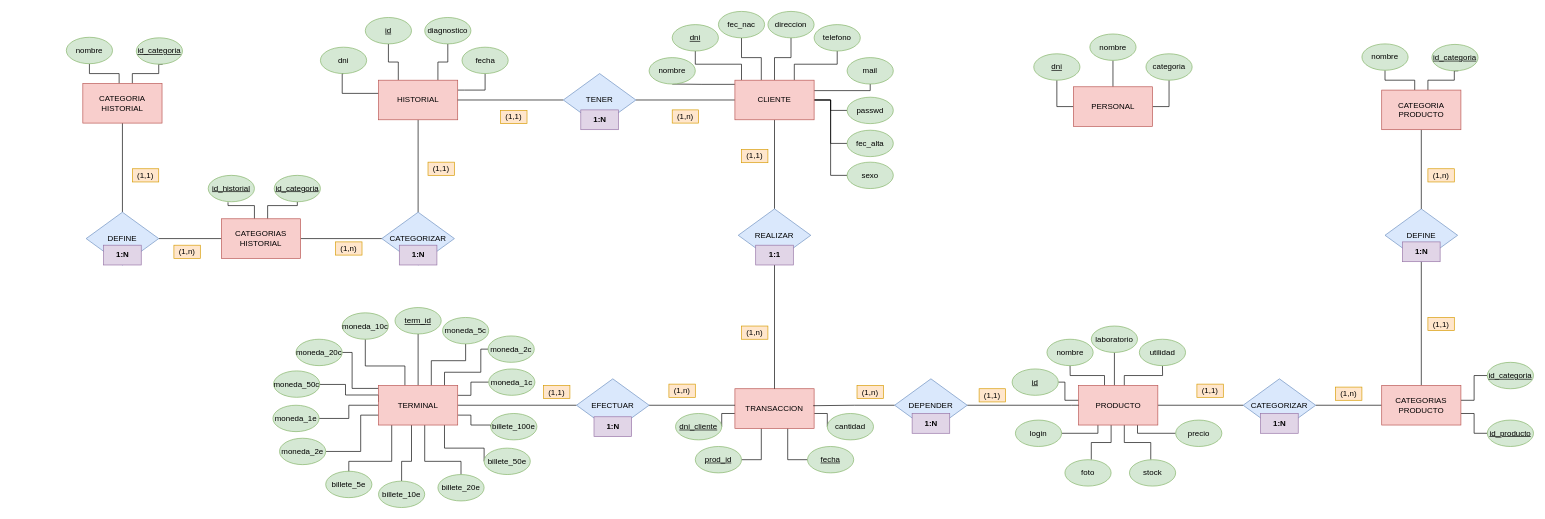
The draw.io diagram docs/mer.drawio in Universidad-Europea/PharmSquare, before the edit. Source tidied: cells renumbered, new cells numbered last; positions are measured from the earlier drawing's top-left corner, leaving out a move shared by most shapes. Both pictures are drawn from the tidied source at 66%, with x=0, y=0 at pixel (66, 11).
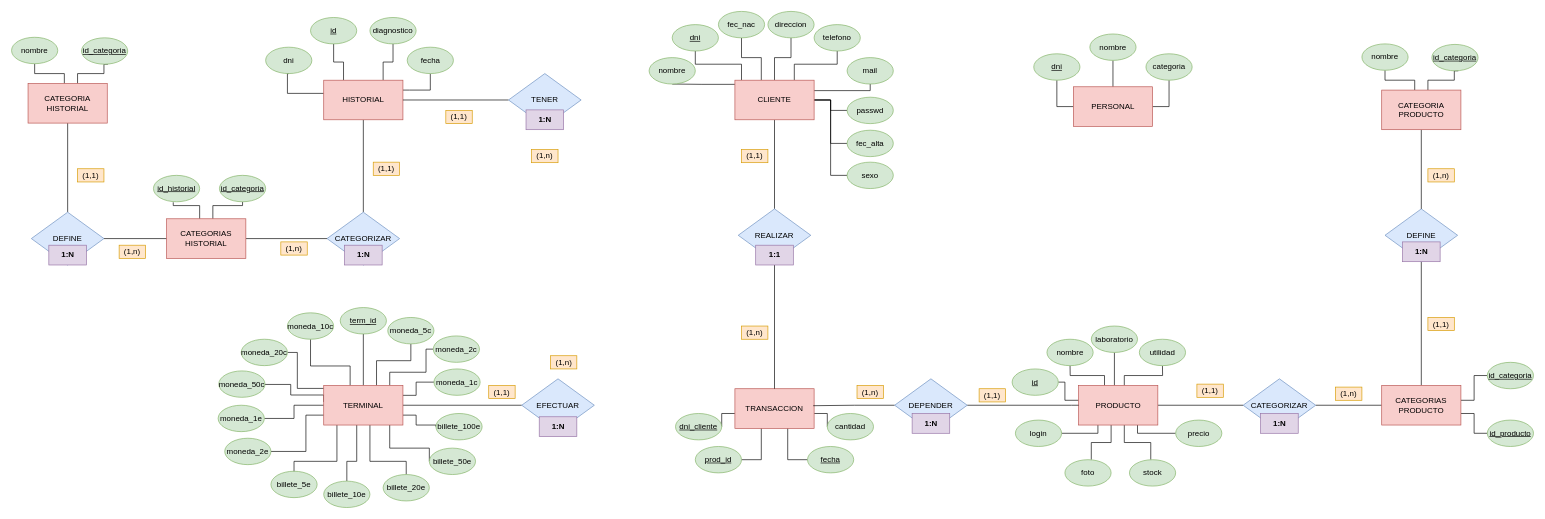
The same page after the edit.

Unchanged cells that the change refers to:
```xml
<mxCell id="14" value="CLIENTE" style="rounded=0;whiteSpace=wrap;html=1;strokeColor=#b85450;fillColor=#f8cecc;" parent="1" vertex="1">
  <mxGeometry x="1013" y="104" width="120" height="60" as="geometry" />
</mxCell>
<mxCell id="51" value="TRANSACCION" style="rounded=0;whiteSpace=wrap;html=1;strokeColor=#b85450;fillColor=#f8cecc;" parent="1" vertex="1">
  <mxGeometry x="1013" y="571.5" width="120" height="60" as="geometry" />
</mxCell>
```

Diff of the diagram source:
```diff
@@
     <mxCell id="2" value="(1,1)" style="text;html=1;strokeColor=#d79b00;fillColor=#ffe6cc;align=center;verticalAlign=middle;whiteSpace=wrap;rounded=0;" parent="1" vertex="1">
-      <mxGeometry x="658" y="149.8" width="40" height="20" as="geometry" />
+      <mxGeometry x="575" y="149.8" width="40" height="20" as="geometry" />
     </mxCell>
@@
-    <mxCell id="12" style="edgeStyle=orthogonalEdgeStyle;rounded=0;jettySize=auto;html=1;entryX=1;entryY=0.5;entryDx=0;entryDy=0;endArrow=none;endFill=0;" parent="1" edge="1" source="14" target="57">
-      <mxGeometry relative="1" as="geometry" />
-    </mxCell>
@@
     <mxCell id="26" style="edgeStyle=orthogonalEdgeStyle;rounded=0;jettySize=auto;html=1;entryX=0;entryY=0.5;entryDx=0;entryDy=0;endArrow=none;endFill=0;" parent="1" edge="1" source="40" target="91">
       <mxGeometry relative="1" as="geometry">
         <Array as="points">
-          <mxPoint x="613" y="581.5" />
-          <mxPoint x="613" y="561.5" />
+          <mxPoint x="530" y="581.5" />
+          <mxPoint x="530" y="561.5" />
         </Array>
       </mxGeometry>
     </mxCell>
     <mxCell id="27" style="edgeStyle=orthogonalEdgeStyle;rounded=0;jettySize=auto;html=1;endArrow=none;endFill=0;" parent="1" edge="1" source="40" target="93">
       <mxGeometry relative="1" as="geometry">
         <Array as="points">
-          <mxPoint x="573" y="546.5" />
-          <mxPoint x="628" y="546.5" />
+          <mxPoint x="490" y="546.5" />
+          <mxPoint x="545" y="546.5" />
         </Array>
       </mxGeometry>
     </mxCell>
     <mxCell id="28" style="edgeStyle=orthogonalEdgeStyle;rounded=0;jettySize=auto;html=1;endArrow=none;endFill=0;" parent="1" edge="1" source="40" target="94">
       <mxGeometry relative="1" as="geometry">
         <Array as="points">
-          <mxPoint x="553" y="529" />
-          <mxPoint x="605" y="529" />
+          <mxPoint x="470" y="529" />
+          <mxPoint x="522" y="529" />
         </Array>
       </mxGeometry>
     </mxCell>
     <mxCell id="29" style="edgeStyle=orthogonalEdgeStyle;rounded=0;jettySize=auto;html=1;entryX=1;entryY=0.5;entryDx=0;entryDy=0;endArrow=none;endFill=0;" parent="1" edge="1" source="40" target="96">
       <mxGeometry relative="1" as="geometry">
         <Array as="points">
-          <mxPoint x="433" y="571" />
-          <mxPoint x="433" y="517" />
-          <mxPoint x="418" y="517" />
+          <mxPoint x="350" y="571" />
+          <mxPoint x="350" y="517" />
+          <mxPoint x="335" y="517" />
         </Array>
       </mxGeometry>
     </mxCell>
     <mxCell id="30" style="edgeStyle=orthogonalEdgeStyle;rounded=0;jettySize=auto;html=1;endArrow=none;endFill=0;entryX=1;entryY=0.5;entryDx=0;entryDy=0;" parent="1" edge="1" target="97">
       <mxGeometry relative="1" as="geometry">
-        <mxPoint x="473" y="591.5" as="sourcePoint" />
+        <mxPoint x="390" y="591.5" as="sourcePoint" />
         <Array as="points">
-          <mxPoint x="473" y="581" />
-          <mxPoint x="423" y="581" />
-          <mxPoint x="423" y="565" />
-          <mxPoint x="364" y="565" />
+          <mxPoint x="390" y="581" />
+          <mxPoint x="340" y="581" />
+          <mxPoint x="340" y="565" />
+          <mxPoint x="281" y="565" />
         </Array>
       </mxGeometry>
     </mxCell>
@@
     <mxCell id="32" style="edgeStyle=orthogonalEdgeStyle;rounded=0;jettySize=auto;html=1;entryX=1;entryY=0.5;entryDx=0;entryDy=0;endArrow=none;endFill=0;" parent="1" edge="1" source="40" target="99">
       <mxGeometry relative="1" as="geometry">
         <Array as="points">
-          <mxPoint x="446" y="611.5" />
-          <mxPoint x="446" y="666.5" />
+          <mxPoint x="363" y="611.5" />
+          <mxPoint x="363" y="666.5" />
         </Array>
       </mxGeometry>
     </mxCell>
     <mxCell id="33" style="edgeStyle=orthogonalEdgeStyle;rounded=0;jettySize=auto;html=1;entryX=0.5;entryY=1;entryDx=0;entryDy=0;endArrow=none;endFill=0;" parent="1" edge="1" source="40" target="95">
       <mxGeometry relative="1" as="geometry">
         <Array as="points">
-          <mxPoint x="513" y="537" />
-          <mxPoint x="453" y="537" />
+          <mxPoint x="430" y="537" />
+          <mxPoint x="370" y="537" />
         </Array>
       </mxGeometry>
     </mxCell>
     <mxCell id="34" style="edgeStyle=orthogonalEdgeStyle;rounded=0;jettySize=auto;html=1;endArrow=none;endFill=0;entryX=0.5;entryY=0.125;entryDx=0;entryDy=0;entryPerimeter=0;" parent="1" edge="1" source="40" target="92">
       <mxGeometry relative="1" as="geometry">
         <Array as="points">
-          <mxPoint x="493" y="681.5" />
-          <mxPoint x="428" y="681.5" />
+          <mxPoint x="410" y="681.5" />
+          <mxPoint x="345" y="681.5" />
         </Array>
       </mxGeometry>
     </mxCell>
     <mxCell id="35" style="edgeStyle=orthogonalEdgeStyle;rounded=0;jettySize=auto;html=1;entryX=0.5;entryY=0;entryDx=0;entryDy=0;endArrow=none;endFill=0;" parent="1" edge="1" source="40" target="100">
       <mxGeometry relative="1" as="geometry">
         <Array as="points">
-          <mxPoint x="523" y="681.5" />
-          <mxPoint x="508" y="681.5" />
+          <mxPoint x="440" y="681.5" />
+          <mxPoint x="425" y="681.5" />
         </Array>
       </mxGeometry>
     </mxCell>
     <mxCell id="36" style="edgeStyle=orthogonalEdgeStyle;rounded=0;jettySize=auto;html=1;entryX=0;entryY=0.5;entryDx=0;entryDy=0;endArrow=none;endFill=0;" parent="1" edge="1" source="40" target="103">
       <mxGeometry relative="1" as="geometry">
         <Array as="points">
-          <mxPoint x="613" y="611.5" />
-          <mxPoint x="613" y="626.5" />
+          <mxPoint x="530" y="611.5" />
+          <mxPoint x="530" y="626.5" />
         </Array>
       </mxGeometry>
     </mxCell>
     <mxCell id="37" style="edgeStyle=orthogonalEdgeStyle;rounded=0;jettySize=auto;html=1;entryX=0;entryY=0.5;entryDx=0;entryDy=0;endArrow=none;endFill=0;exitX=0.833;exitY=0.917;exitDx=0;exitDy=0;exitPerimeter=0;" parent="1" edge="1" source="40" target="102">
       <mxGeometry relative="1" as="geometry">
         <Array as="points">
-          <mxPoint x="573" y="661.5" />
-          <mxPoint x="633" y="661.5" />
+          <mxPoint x="490" y="661.5" />
+          <mxPoint x="550" y="661.5" />
         </Array>
       </mxGeometry>
     </mxCell>
     <mxCell id="38" style="edgeStyle=orthogonalEdgeStyle;rounded=0;jettySize=auto;html=1;endArrow=none;endFill=0;" parent="1" edge="1" source="40" target="101">
       <mxGeometry relative="1" as="geometry">
         <Array as="points">
-          <mxPoint x="543" y="681.5" />
-          <mxPoint x="598" y="681.5" />
+          <mxPoint x="460" y="681.5" />
+          <mxPoint x="515" y="681.5" />
         </Array>
       </mxGeometry>
     </mxCell>
@@
     <mxCell id="40" value="TERMINAL" style="rounded=0;whiteSpace=wrap;html=1;strokeColor=#b85450;fillColor=#f8cecc;" parent="1" vertex="1">
-      <mxGeometry x="473" y="566.5" width="120" height="60" as="geometry" />
+      <mxGeometry x="390" y="566.5" width="120" height="60" as="geometry" />
     </mxCell>
     <mxCell id="41" style="edgeStyle=orthogonalEdgeStyle;rounded=0;jettySize=auto;html=1;endArrow=none;endFill=0;" parent="1" edge="1" source="46" target="76">
       <mxGeometry relative="1" as="geometry">
         <Array as="points">
-          <mxPoint x="603" y="119" />
-          <mxPoint x="603" y="119" />
+          <mxPoint x="520" y="119" />
+          <mxPoint x="520" y="119" />
         </Array>
       </mxGeometry>
     </mxCell>
     <mxCell id="42" style="edgeStyle=orthogonalEdgeStyle;rounded=0;jettySize=auto;html=1;entryX=0.5;entryY=1;entryDx=0;entryDy=0;endArrow=none;endFill=0;" parent="1" edge="1" source="46" target="77">
       <mxGeometry relative="1" as="geometry">
         <Array as="points">
-          <mxPoint x="418" y="124" />
+          <mxPoint x="335" y="124" />
         </Array>
       </mxGeometry>
     </mxCell>
@@
     <mxCell id="46" value="HISTORIAL" style="rounded=0;whiteSpace=wrap;html=1;strokeColor=#b85450;fillColor=#f8cecc;" parent="1" vertex="1">
-      <mxGeometry x="473" y="104" width="120" height="60" as="geometry" />
+      <mxGeometry x="390" y="104" width="120" height="60" as="geometry" />
     </mxCell>
@@
     <mxCell id="57" value="TENER" style="rhombus;whiteSpace=wrap;html=1;align=center;fillColor=#dae8fc;strokeColor=#6c8ebf;" parent="1" vertex="1">
-      <mxGeometry x="753" y="94" width="110" height="80" as="geometry" />
+      <mxGeometry x="670" y="94" width="110" height="80" as="geometry" />
     </mxCell>
@@
-    <mxCell id="60" style="edgeStyle=orthogonalEdgeStyle;rounded=0;jettySize=auto;html=1;entryX=0;entryY=0.417;entryDx=0;entryDy=0;entryPerimeter=0;endArrow=none;endFill=0;" parent="1" edge="1" source="61" target="51">
-      <mxGeometry relative="1" as="geometry" />
-    </mxCell>
     <mxCell id="61" value="EFECTUAR" style="rhombus;whiteSpace=wrap;html=1;align=center;fillColor=#dae8fc;strokeColor=#6c8ebf;" parent="1" vertex="1">
-      <mxGeometry x="773" y="556.5" width="110" height="80" as="geometry" />
+      <mxGeometry x="690" y="556.5" width="110" height="80" as="geometry" />
     </mxCell>
@@
     <mxCell id="75" value="&lt;u&gt;id&lt;/u&gt;" style="ellipse;whiteSpace=wrap;html=1;strokeColor=#82b366;fillColor=#d5e8d4;strokeWidth=1;" parent="1" vertex="1">
-      <mxGeometry x="453" y="9" width="70" height="40" as="geometry" />
+      <mxGeometry x="370" y="9" width="70" height="40" as="geometry" />
     </mxCell>
     <mxCell id="76" value="fecha" style="ellipse;whiteSpace=wrap;html=1;strokeColor=#82b366;fillColor=#d5e8d4;strokeWidth=1;" parent="1" vertex="1">
-      <mxGeometry x="599.5" y="54" width="70" height="40" as="geometry" />
+      <mxGeometry x="516.5" y="54" width="70" height="40" as="geometry" />
     </mxCell>
     <mxCell id="77" value="dni" style="ellipse;whiteSpace=wrap;html=1;strokeColor=#82b366;fillColor=#d5e8d4;strokeWidth=1;" parent="1" vertex="1">
-      <mxGeometry x="385" y="54" width="70" height="40" as="geometry" />
+      <mxGeometry x="302" y="54" width="70" height="40" as="geometry" />
     </mxCell>
     <mxCell id="78" value="diagnostico" style="ellipse;whiteSpace=wrap;html=1;strokeColor=#82b366;fillColor=#d5e8d4;strokeWidth=1;" parent="1" vertex="1">
-      <mxGeometry x="543" y="9" width="70" height="40" as="geometry" />
+      <mxGeometry x="460" y="9" width="70" height="40" as="geometry" />
     </mxCell>
@@
     <mxCell id="91" value="moneda_1c" style="ellipse;whiteSpace=wrap;html=1;strokeColor=#82b366;fillColor=#d5e8d4;strokeWidth=1;" parent="1" vertex="1">
-      <mxGeometry x="640" y="541.5" width="70" height="40" as="geometry" />
+      <mxGeometry x="557" y="541.5" width="70" height="40" as="geometry" />
     </mxCell>
     <mxCell id="92" value="billete_5e" style="ellipse;whiteSpace=wrap;html=1;strokeColor=#82b366;fillColor=#d5e8d4;strokeWidth=1;" parent="1" vertex="1">
-      <mxGeometry x="393" y="696.5" width="70" height="40" as="geometry" />
+      <mxGeometry x="310" y="696.5" width="70" height="40" as="geometry" />
     </mxCell>
     <mxCell id="93" value="moneda_2c" style="ellipse;whiteSpace=wrap;html=1;strokeColor=#82b366;fillColor=#d5e8d4;strokeWidth=1;" parent="1" vertex="1">
-      <mxGeometry x="639" y="491.5" width="70" height="40" as="geometry" />
+      <mxGeometry x="556" y="491.5" width="70" height="40" as="geometry" />
     </mxCell>
     <mxCell id="94" value="moneda_5c" style="ellipse;whiteSpace=wrap;html=1;strokeColor=#82b366;fillColor=#d5e8d4;strokeWidth=1;" parent="1" vertex="1">
-      <mxGeometry x="570" y="463.5" width="70" height="40" as="geometry" />
+      <mxGeometry x="487" y="463.5" width="70" height="40" as="geometry" />
     </mxCell>
     <mxCell id="95" value="moneda_10c" style="ellipse;whiteSpace=wrap;html=1;strokeColor=#82b366;fillColor=#d5e8d4;strokeWidth=1;" parent="1" vertex="1">
-      <mxGeometry x="418" y="456.5" width="70" height="40" as="geometry" />
+      <mxGeometry x="335" y="456.5" width="70" height="40" as="geometry" />
     </mxCell>
     <mxCell id="96" value="moneda_20c" style="ellipse;whiteSpace=wrap;html=1;strokeColor=#82b366;fillColor=#d5e8d4;strokeWidth=1;" parent="1" vertex="1">
-      <mxGeometry x="348" y="496.5" width="70" height="40" as="geometry" />
+      <mxGeometry x="265" y="496.5" width="70" height="40" as="geometry" />
     </mxCell>
     <mxCell id="97" value="moneda_50c" style="ellipse;whiteSpace=wrap;html=1;strokeColor=#82b366;fillColor=#d5e8d4;strokeWidth=1;" parent="1" vertex="1">
-      <mxGeometry x="314" y="544.5" width="70" height="40" as="geometry" />
+      <mxGeometry x="231" y="544.5" width="70" height="40" as="geometry" />
     </mxCell>
     <mxCell id="98" value="moneda_1e" style="ellipse;whiteSpace=wrap;html=1;strokeColor=#82b366;fillColor=#d5e8d4;strokeWidth=1;" parent="1" vertex="1">
-      <mxGeometry x="313" y="596.5" width="70" height="40" as="geometry" />
+      <mxGeometry x="230" y="596.5" width="70" height="40" as="geometry" />
     </mxCell>
     <mxCell id="99" value="moneda_2e" style="ellipse;whiteSpace=wrap;html=1;strokeColor=#82b366;fillColor=#d5e8d4;strokeWidth=1;" parent="1" vertex="1">
-      <mxGeometry x="323" y="646.5" width="70" height="40" as="geometry" />
+      <mxGeometry x="240" y="646.5" width="70" height="40" as="geometry" />
     </mxCell>
     <mxCell id="100" value="billete_10e" style="ellipse;whiteSpace=wrap;html=1;strokeColor=#82b366;fillColor=#d5e8d4;strokeWidth=1;" parent="1" vertex="1">
-      <mxGeometry x="473" y="711.5" width="70" height="40" as="geometry" />
+      <mxGeometry x="390" y="711.5" width="70" height="40" as="geometry" />
     </mxCell>
     <mxCell id="101" value="billete_20e" style="ellipse;whiteSpace=wrap;html=1;strokeColor=#82b366;fillColor=#d5e8d4;strokeWidth=1;" parent="1" vertex="1">
-      <mxGeometry x="563" y="701.5" width="70" height="40" as="geometry" />
+      <mxGeometry x="480" y="701.5" width="70" height="40" as="geometry" />
     </mxCell>
     <mxCell id="102" value="billete_50e" style="ellipse;whiteSpace=wrap;html=1;strokeColor=#82b366;fillColor=#d5e8d4;strokeWidth=1;" parent="1" vertex="1">
-      <mxGeometry x="633" y="661.5" width="70" height="40" as="geometry" />
+      <mxGeometry x="550" y="661.5" width="70" height="40" as="geometry" />
     </mxCell>
     <mxCell id="103" value="billete_100e" style="ellipse;whiteSpace=wrap;html=1;strokeColor=#82b366;fillColor=#d5e8d4;strokeWidth=1;" parent="1" vertex="1">
-      <mxGeometry x="643" y="609" width="70" height="40" as="geometry" />
+      <mxGeometry x="560" y="609" width="70" height="40" as="geometry" />
     </mxCell>
     <mxCell id="104" value="(1,n)" style="text;html=1;strokeColor=#d79b00;fillColor=#ffe6cc;align=center;verticalAlign=middle;whiteSpace=wrap;rounded=0;" parent="1" vertex="1">
-      <mxGeometry x="918" y="149" width="40" height="20" as="geometry" />
+      <mxGeometry x="705" y="209" width="40" height="20" as="geometry" />
     </mxCell>
     <mxCell id="105" value="(1,n)" style="text;html=1;strokeColor=#d79b00;fillColor=#ffe6cc;align=center;verticalAlign=middle;whiteSpace=wrap;rounded=0;" parent="1" vertex="1">
-      <mxGeometry x="913" y="564.5" width="40" height="20" as="geometry" />
+      <mxGeometry x="733.5" y="521.5" width="40" height="20" as="geometry" />
     </mxCell>
@@
     <mxCell id="107" value="(1,1)" style="text;html=1;strokeColor=#d79b00;fillColor=#ffe6cc;align=center;verticalAlign=middle;whiteSpace=wrap;rounded=0;" parent="1" vertex="1">
-      <mxGeometry x="723" y="566.5" width="40" height="20" as="geometry" />
+      <mxGeometry x="640" y="566.5" width="40" height="20" as="geometry" />
     </mxCell>
@@
     <mxCell id="110" value="&lt;b&gt;1:N&lt;/b&gt;" style="text;html=1;strokeColor=#9673a6;fillColor=#e1d5e7;align=center;verticalAlign=middle;whiteSpace=wrap;rounded=0;" parent="1" vertex="1">
-      <mxGeometry x="779.5" y="149" width="57" height="30" as="geometry" />
+      <mxGeometry x="696.5" y="149" width="57" height="30" as="geometry" />
     </mxCell>
     <mxCell id="111" value="&lt;b&gt;1:N&lt;/b&gt;" style="text;html=1;strokeColor=#9673a6;fillColor=#e1d5e7;align=center;verticalAlign=middle;whiteSpace=wrap;rounded=0;" parent="1" vertex="1">
-      <mxGeometry x="799.5" y="614" width="57" height="30" as="geometry" />
+      <mxGeometry x="716.5" y="614" width="57" height="30" as="geometry" />
     </mxCell>
@@
     <mxCell id="118" value="CATEGORIZAR" style="rhombus;whiteSpace=wrap;html=1;align=center;fillColor=#dae8fc;strokeColor=#6c8ebf;" parent="1" vertex="1">
-      <mxGeometry x="478" y="304" width="110" height="80" as="geometry" />
+      <mxGeometry x="395" y="304" width="110" height="80" as="geometry" />
     </mxCell>
@@
     <mxCell id="120" style="edgeStyle=orthogonalEdgeStyle;rounded=0;jettySize=auto;html=1;endArrow=none;endFill=0;" parent="1" edge="1" source="122" target="124">
       <mxGeometry relative="1" as="geometry">
         <Array as="points">
-          <mxPoint x="305" y="294" />
-          <mxPoint x="350" y="294" />
+          <mxPoint x="222" y="294" />
+          <mxPoint x="267" y="294" />
         </Array>
       </mxGeometry>
     </mxCell>
     <mxCell id="121" style="edgeStyle=orthogonalEdgeStyle;rounded=0;jettySize=auto;html=1;endArrow=none;endFill=0;" parent="1" edge="1" source="122">
       <mxGeometry relative="1" as="geometry">
-        <mxPoint x="245" y="289" as="targetPoint" />
+        <mxPoint x="162" y="289" as="targetPoint" />
         <Array as="points">
-          <mxPoint x="285" y="294" />
-          <mxPoint x="245" y="294" />
+          <mxPoint x="202" y="294" />
+          <mxPoint x="162" y="294" />
         </Array>
       </mxGeometry>
     </mxCell>
     <mxCell id="122" value="CATEGORIAS&lt;br&gt;HISTORIAL" style="rounded=0;whiteSpace=wrap;html=1;strokeColor=#b85450;fillColor=#f8cecc;" parent="1" vertex="1">
-      <mxGeometry x="235" y="314" width="120" height="60" as="geometry" />
+      <mxGeometry x="152" y="314" width="120" height="60" as="geometry" />
     </mxCell>
     <mxCell id="123" value="&lt;u&gt;id_historial&lt;/u&gt;" style="ellipse;whiteSpace=wrap;html=1;strokeColor=#82b366;fillColor=#d5e8d4;strokeWidth=1;" parent="1" vertex="1">
-      <mxGeometry x="215" y="248.2" width="70" height="40" as="geometry" />
+      <mxGeometry x="132" y="248.2" width="70" height="40" as="geometry" />
     </mxCell>
     <mxCell id="124" value="&lt;u&gt;id_categoria&lt;/u&gt;" style="ellipse;whiteSpace=wrap;html=1;strokeColor=#82b366;fillColor=#d5e8d4;strokeWidth=1;" parent="1" vertex="1">
-      <mxGeometry x="315" y="248.2" width="70" height="40" as="geometry" />
+      <mxGeometry x="232" y="248.2" width="70" height="40" as="geometry" />
     </mxCell>
@@
     <mxCell id="126" value="DEFINE" style="rhombus;whiteSpace=wrap;html=1;align=center;fillColor=#dae8fc;strokeColor=#6c8ebf;" parent="1" vertex="1">
-      <mxGeometry x="30" y="304" width="110" height="80" as="geometry" />
+      <mxGeometry x="-53" y="304" width="110" height="80" as="geometry" />
     </mxCell>
     <mxCell id="127" style="edgeStyle=orthogonalEdgeStyle;rounded=0;jettySize=auto;html=1;entryX=0.5;entryY=1;entryDx=0;entryDy=0;endArrow=none;endFill=0;" parent="1" edge="1" source="129" target="130">
       <mxGeometry relative="1" as="geometry">
         <Array as="points">
-          <mxPoint x="80" y="94" />
-          <mxPoint x="35" y="94" />
+          <mxPoint x="-3" y="94" />
+          <mxPoint x="-48" y="94" />
         </Array>
       </mxGeometry>
     </mxCell>
     <mxCell id="128" style="edgeStyle=orthogonalEdgeStyle;rounded=0;jettySize=auto;html=1;entryX=0.571;entryY=1;entryDx=0;entryDy=0;entryPerimeter=0;endArrow=none;endFill=0;" parent="1" edge="1" source="129" target="131">
       <mxGeometry relative="1" as="geometry">
         <Array as="points">
-          <mxPoint x="100" y="94" />
-          <mxPoint x="140" y="94" />
+          <mxPoint x="17" y="94" />
+          <mxPoint x="57" y="94" />
         </Array>
       </mxGeometry>
     </mxCell>
     <mxCell id="129" value="CATEGORIA&lt;br&gt;HISTORIAL" style="rounded=0;whiteSpace=wrap;html=1;strokeColor=#b85450;fillColor=#f8cecc;" parent="1" vertex="1">
-      <mxGeometry x="25" y="109" width="120" height="60" as="geometry" />
+      <mxGeometry x="-58" y="109" width="120" height="60" as="geometry" />
     </mxCell>
     <mxCell id="130" value="nombre" style="ellipse;whiteSpace=wrap;html=1;strokeColor=#82b366;fillColor=#d5e8d4;strokeWidth=1;" parent="1" vertex="1">
-      <mxGeometry y="39" width="70" height="40" as="geometry" />
+      <mxGeometry x="-83" y="39" width="70" height="40" as="geometry" />
     </mxCell>
     <mxCell id="131" value="&lt;u&gt;id_categoria&lt;/u&gt;" style="ellipse;whiteSpace=wrap;html=1;strokeColor=#82b366;fillColor=#d5e8d4;strokeWidth=1;" parent="1" vertex="1">
-      <mxGeometry x="106" y="39.8" width="70" height="40" as="geometry" />
+      <mxGeometry x="23" y="39.8" width="70" height="40" as="geometry" />
     </mxCell>
     <mxCell id="132" value="&lt;b&gt;1:N&lt;/b&gt;" style="text;html=1;strokeColor=#9673a6;fillColor=#e1d5e7;align=center;verticalAlign=middle;whiteSpace=wrap;rounded=0;" parent="1" vertex="1">
-      <mxGeometry x="504.5" y="354" width="57" height="30" as="geometry" />
+      <mxGeometry x="421.5" y="354" width="57" height="30" as="geometry" />
     </mxCell>
     <mxCell id="133" value="&lt;b&gt;1:N&lt;/b&gt;" style="text;html=1;strokeColor=#9673a6;fillColor=#e1d5e7;align=center;verticalAlign=middle;whiteSpace=wrap;rounded=0;" parent="1" vertex="1">
-      <mxGeometry x="56.5" y="354" width="57" height="30" as="geometry" />
+      <mxGeometry x="-26.5" y="354" width="57" height="30" as="geometry" />
     </mxCell>
     <mxCell id="134" value="(1,n)" style="text;html=1;strokeColor=#d79b00;fillColor=#ffe6cc;align=center;verticalAlign=middle;whiteSpace=wrap;rounded=0;" parent="1" vertex="1">
-      <mxGeometry x="408" y="349" width="40" height="20" as="geometry" />
+      <mxGeometry x="325" y="349" width="40" height="20" as="geometry" />
     </mxCell>
     <mxCell id="135" value="(1,1)" style="text;html=1;strokeColor=#d79b00;fillColor=#ffe6cc;align=center;verticalAlign=middle;whiteSpace=wrap;rounded=0;" parent="1" vertex="1">
-      <mxGeometry x="100" y="238.2" width="40" height="20" as="geometry" />
+      <mxGeometry x="17" y="238.2" width="40" height="20" as="geometry" />
     </mxCell>
     <mxCell id="136" value="(1,1)" style="text;html=1;strokeColor=#d79b00;fillColor=#ffe6cc;align=center;verticalAlign=middle;whiteSpace=wrap;rounded=0;" parent="1" vertex="1">
-      <mxGeometry x="548" y="228.2" width="40" height="20" as="geometry" />
+      <mxGeometry x="465" y="228.2" width="40" height="20" as="geometry" />
     </mxCell>
@@
     <mxCell id="138" value="(1,n)" style="text;html=1;strokeColor=#d79b00;fillColor=#ffe6cc;align=center;verticalAlign=middle;whiteSpace=wrap;rounded=0;" parent="1" vertex="1">
-      <mxGeometry x="163" y="354" width="40" height="20" as="geometry" />
+      <mxGeometry x="80" y="354" width="40" height="20" as="geometry" />
     </mxCell>
@@
     <mxCell id="161" value="&lt;u&gt;term_id&lt;/u&gt;" style="ellipse;whiteSpace=wrap;html=1;strokeColor=#82b366;fillColor=#d5e8d4;strokeWidth=1;" parent="1" vertex="1">
-      <mxGeometry x="498" y="448.5" width="70" height="40" as="geometry" />
+      <mxGeometry x="415" y="448.5" width="70" height="40" as="geometry" />
     </mxCell>
```
